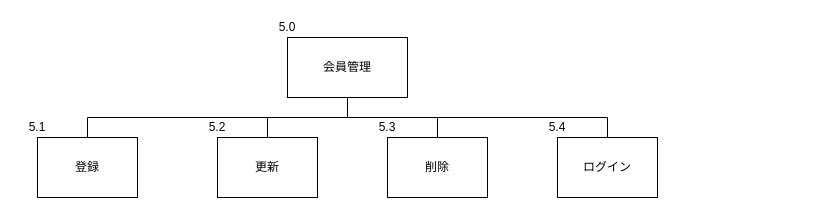
Yamanin3/system-devel keeps this draw.io diagram as サブシステム構造図/会員管理.drawio. Above is the earlier version. Source tidied: cells renumbered, new cells numbered last; positions are measured from the earlier drawing's top-left corner, leaving out a move shared by most shapes. Both pictures are drawn from the tidied source at 100%, with x=0, y=0 at pixel (17, 17).
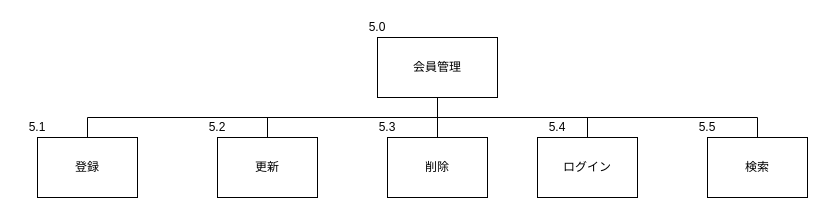
The same diagram, later.

Commit message (it also covers changes not shown here):
会員管理構造図と顧客管理構造図に検索を追加

Unchanged cells that the change refers to:
```xml
<mxCell id="5" value="削除" style="whiteSpace=wrap;html=1;align=center;verticalAlign=middle;" parent="1" vertex="1">
  <mxGeometry x="370" y="120" width="100" height="60" as="geometry" />
</mxCell>
```

Diff of the diagram source:
```diff
@@
     <mxCell id="2" value="会員管理" style="whiteSpace=wrap;html=1;align=center;" parent="1" vertex="1">
-      <mxGeometry x="270" y="20" width="120" height="60" as="geometry" />
+      <mxGeometry x="360" y="20" width="120" height="60" as="geometry" />
     </mxCell>
@@
     <mxCell id="4" style="edgeStyle=elbowEdgeStyle;elbow=vertical;startArrow=none;endArrow=none;rounded=0;exitX=0.5;exitY=1;exitDx=0;exitDy=0;entryX=0.5;entryY=0;entryDx=0;entryDy=0;" parent="1" edge="1" source="2" target="5">
       <mxGeometry relative="1" as="geometry">
         <Array as="points">
-          <mxPoint x="390" y="100" />
+          <mxPoint x="480" y="100" />
         </Array>
       </mxGeometry>
     </mxCell>
@@
     <mxCell id="9" value="ログイン" style="whiteSpace=wrap;html=1;align=center;verticalAlign=middle;" parent="1" vertex="1">
-      <mxGeometry x="540" y="120" width="100" height="60" as="geometry" />
+      <mxGeometry x="520" y="120" width="100" height="60" as="geometry" />
     </mxCell>
@@
     <mxCell id="11" value="5.0" style="text;html=1;strokeColor=none;fillColor=none;align=center;verticalAlign=middle;whiteSpace=wrap;rounded=0;" parent="1" vertex="1">
-      <mxGeometry x="250" width="40" height="20" as="geometry" />
+      <mxGeometry x="340" width="40" height="20" as="geometry" />
     </mxCell>
@@
+    <mxCell id="16" value="検索" style="whiteSpace=wrap;html=1;align=center;verticalAlign=middle;" parent="1" vertex="1">
+      <mxGeometry x="690" y="120" width="100" height="60" as="geometry" />
+    </mxCell>
+    <mxCell id="17" value="5.5" style="text;html=1;strokeColor=none;fillColor=none;align=center;verticalAlign=middle;whiteSpace=wrap;rounded=0;" parent="1" vertex="1">
+      <mxGeometry x="670" y="100" width="40" height="20" as="geometry" />
+    </mxCell>
+    <mxCell id="18" style="edgeStyle=elbowEdgeStyle;elbow=vertical;startArrow=none;endArrow=none;rounded=0;exitX=0.5;exitY=1;exitDx=0;exitDy=0;entryX=0.5;entryY=0;entryDx=0;entryDy=0;" parent="1" edge="1" source="2" target="16">
+      <mxGeometry relative="1" as="geometry">
+        <Array as="points">
+          <mxPoint x="760" y="100" />
+        </Array>
+      </mxGeometry>
+    </mxCell>
```
